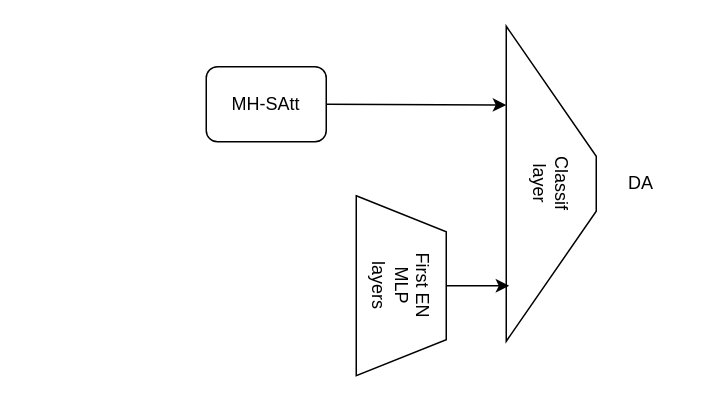
cerisara/draws keeps this draw.io diagram as selfatt.drawio. Above is the earlier version. Source tidied: cells renumbered, new cells numbered last; positions are measured from the earlier drawing's top-left corner, leaving out a move shared by most shapes. Both pictures are drawn from the tidied source at 150%, with x=0, y=0 at pixel (206, 66).
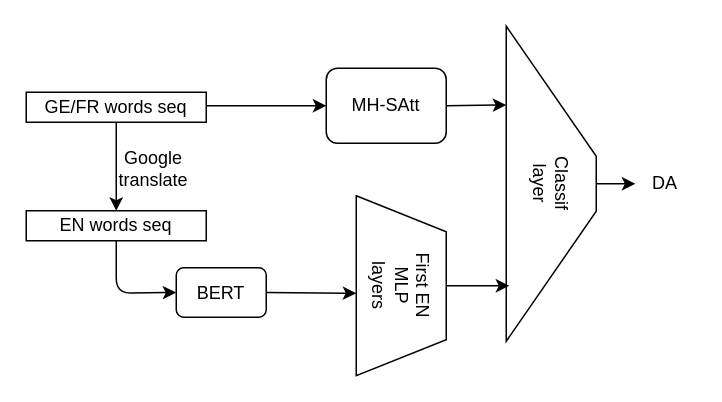
The same diagram, later.

The change refers to these unchanged cells:
```xml
<mxCell id="3" value="&lt;div&gt;Classif&lt;/div&gt;&lt;div&gt;layer&lt;br&gt;&lt;/div&gt;" style="shape=trapezoid;perimeter=trapezoidPerimeter;whiteSpace=wrap;html=1;rotation=90;size=0.4126984126984127;" parent="1" vertex="1">
  <mxGeometry x="125" y="48" width="210" height="60" as="geometry" />
</mxCell>
```

What changed in the source:
```diff
@@
     <mxCell id="4" value="MH-SAtt" style="rounded=1;whiteSpace=wrap;html=1;" parent="1" vertex="1">
-      <mxGeometry width="80" height="50" as="geometry" />
+      <mxGeometry x="80" y="1" width="80" height="50" as="geometry" />
     </mxCell>
@@
     <mxCell id="7" value="DA" style="text;html=1;strokeColor=none;fillColor=none;align=center;verticalAlign=middle;whiteSpace=wrap;rounded=0;" parent="1" vertex="1">
-      <mxGeometry x="270" y="68" width="40" height="20" as="geometry" />
+      <mxGeometry x="286" y="68" width="40" height="20" as="geometry" />
     </mxCell>
+    <mxCell id="8" value="GE/FR words seq" style="rounded=0;whiteSpace=wrap;html=1;" parent="1" vertex="1">
+      <mxGeometry x="-120" y="17" width="120" height="20" as="geometry" />
+    </mxCell>
+    <mxCell id="9" style="endArrow=classic;html=1;" parent="1" edge="1">
+      <mxGeometry relative="1" as="geometry">
+        <mxPoint y="26" as="sourcePoint" />
+        <mxPoint x="80" y="26" as="targetPoint" />
+      </mxGeometry>
+    </mxCell>
+    <mxCell id="10" value="EN words seq" style="rounded=0;whiteSpace=wrap;html=1;" parent="1" vertex="1">
+      <mxGeometry x="-120" y="96" width="120" height="20" as="geometry" />
+    </mxCell>
+    <mxCell id="11" style="endArrow=classic;html=1;entryX=0.5;entryY=0;entryDx=0;entryDy=0;" parent="1" edge="1" source="8" target="10">
+      <mxGeometry relative="1" as="geometry" />
+    </mxCell>
+    <mxCell id="12" value="Google translate" style="text;html=1;strokeColor=none;fillColor=none;align=center;verticalAlign=middle;whiteSpace=wrap;rounded=0;" parent="1" vertex="1">
+      <mxGeometry x="-60" y="53" width="50" height="30" as="geometry" />
+    </mxCell>
+    <mxCell id="13" value="BERT" style="rounded=1;whiteSpace=wrap;html=1;" parent="1" vertex="1">
+      <mxGeometry x="-20" y="134" width="60" height="33" as="geometry" />
+    </mxCell>
+    <mxCell id="14" style="endArrow=classic;html=1;exitX=0.5;exitY=1;exitDx=0;exitDy=0;entryX=0;entryY=0.5;entryDx=0;entryDy=0;" parent="1" edge="1" source="10" target="13">
+      <mxGeometry relative="1" as="geometry">
+        <Array as="points">
+          <mxPoint x="-60" y="151" />
+        </Array>
+      </mxGeometry>
+    </mxCell>
+    <mxCell id="15" style="endArrow=classic;html=1;exitX=1;exitY=0.5;exitDx=0;exitDy=0;" parent="1" edge="1">
+      <mxGeometry relative="1" as="geometry">
+        <mxPoint x="40" y="150.5" as="sourcePoint" />
+        <mxPoint x="100" y="151" as="targetPoint" />
+      </mxGeometry>
+    </mxCell>
+    <mxCell id="16" style="endArrow=classic;html=1;exitX=0.5;exitY=0;exitDx=0;exitDy=0;entryX=0;entryY=0.5;entryDx=0;entryDy=0;" parent="1" edge="1" source="3" target="7">
+      <mxGeometry relative="1" as="geometry" />
+    </mxCell>
```
